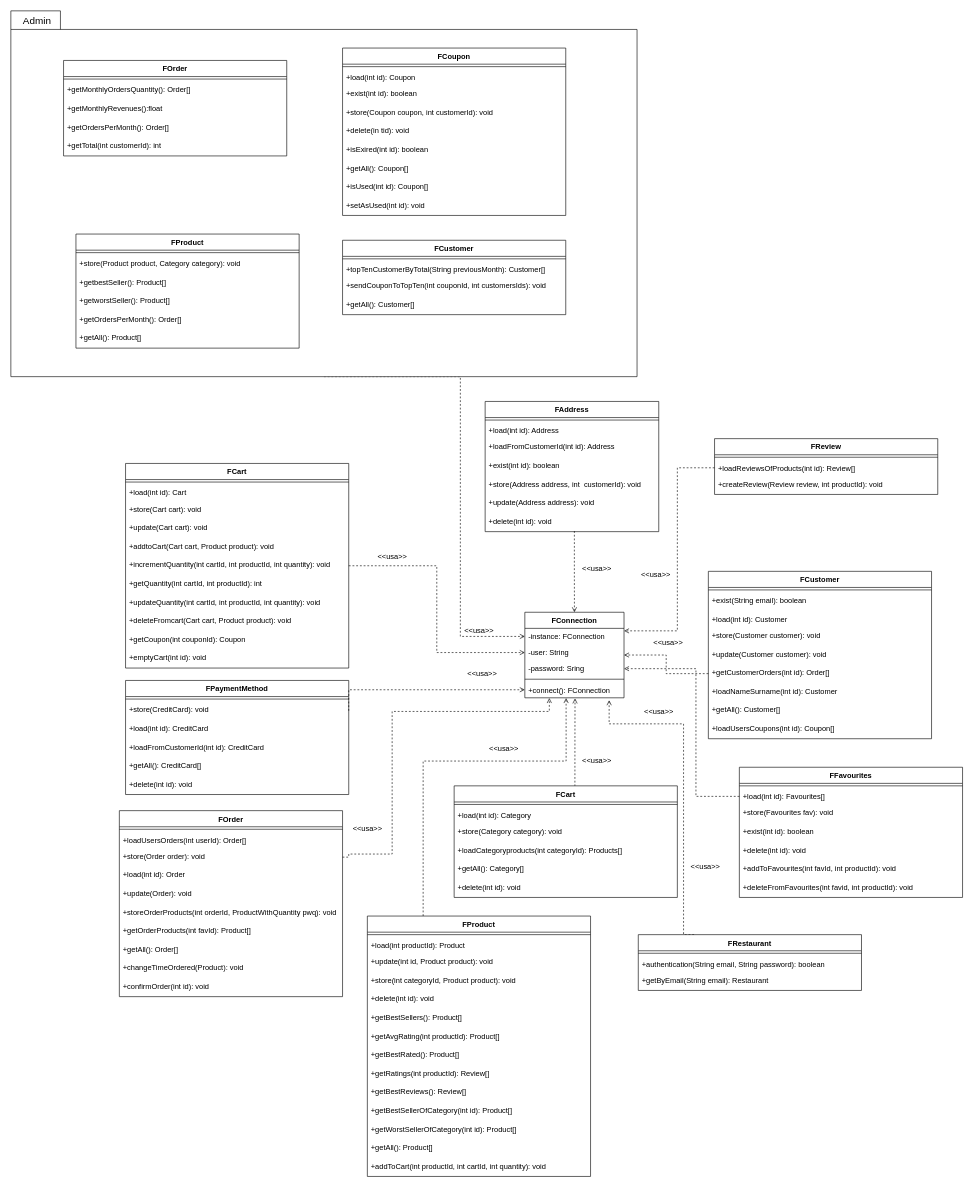
Flacaro/TasteIt keeps this draw.io diagram as documentazione/Diagrammi/classD_Foundation.drawio. Above is the earlier version. Source tidied: cells renumbered, new cells numbered last; positions are measured from the earlier drawing's top-left corner, leaving out a move shared by most shapes. Both pictures are drawn from the tidied source at 62%, with x=0, y=0 at pixel (11, 11).
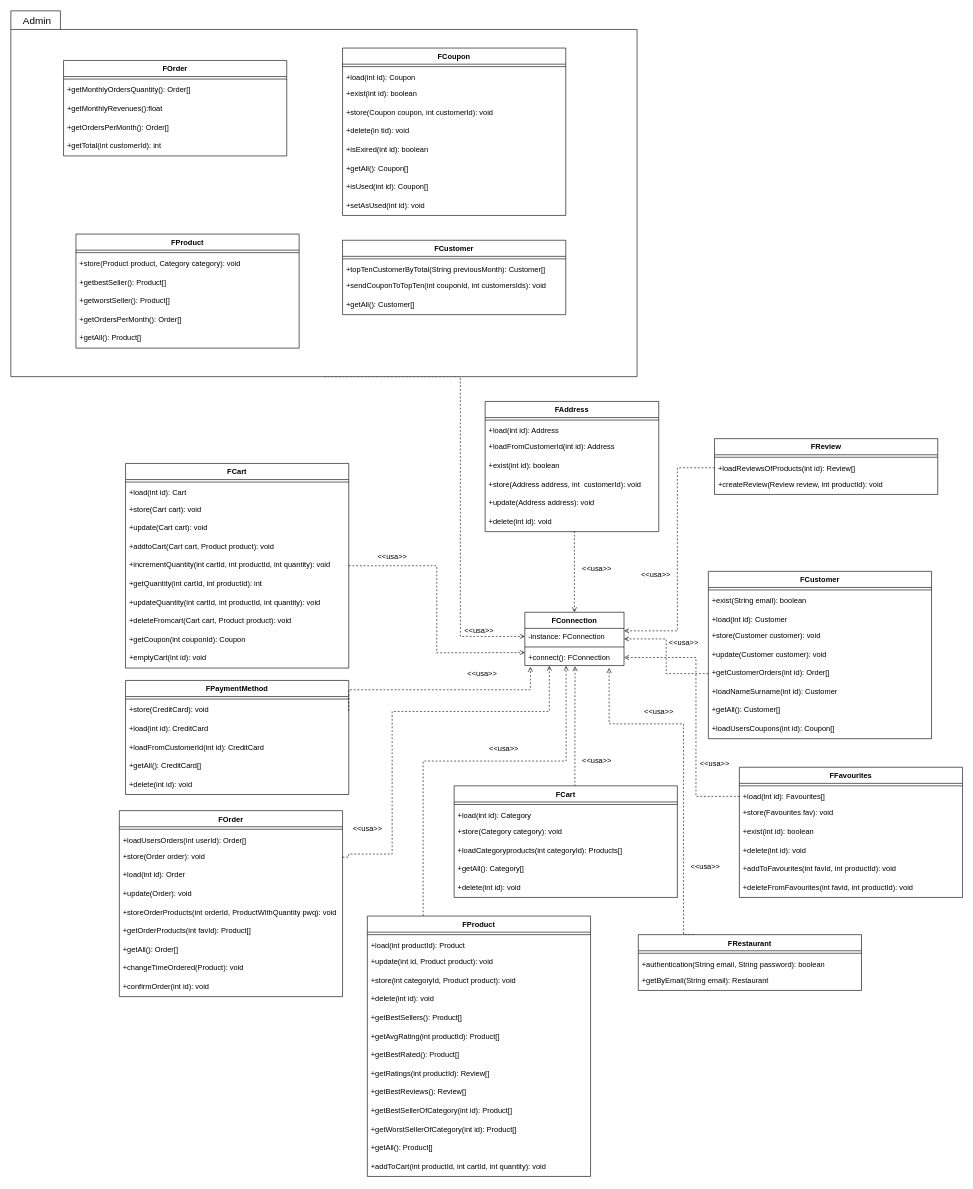
After the change.

Unchanged cells that the change refers to:
```xml
<mxCell id="21" value="FCart" style="swimlane;fontStyle=1;align=center;verticalAlign=top;horizontal=1;startSize=26;" parent="1" vertex="1">
  <mxGeometry x="185" y="730" width="360" height="330" as="geometry" />
</mxCell>
<mxCell id="57" value="+load(int id): Favourites[] " style="text;strokeColor=none;fillColor=none;align=left;verticalAlign=top;spacingLeft=4;spacingRight=4;overflow=hidden;points=[[0,0.5],[1,0.5]];portConstraint=eastwest;" parent="55" vertex="1">
  <mxGeometry y="34" width="360" height="26" as="geometry" />
</mxCell>
<mxCell id="77" value="+store(CreditCard): void" style="text;strokeColor=none;fillColor=none;align=left;verticalAlign=top;spacingLeft=4;spacingRight=4;overflow=hidden;points=[[0,0.5],[1,0.5]];portConstraint=eastwest;" parent="75" vertex="1">
  <mxGeometry y="34" width="360" height="30" as="geometry" />
</mxCell>
```

Change to the diagram source:
```diff
@@
     <mxCell id="4" value="FConnection" style="swimlane;fontStyle=1;align=center;verticalAlign=top;horizontal=1;startSize=26;" parent="1" vertex="1">
-      <mxGeometry x="829" y="970" width="160" height="138" as="geometry" />
+      <mxGeometry x="829" y="970" width="160" height="86" as="geometry" />
     </mxCell>
@@
-    <mxCell id="6" value="-user: String" style="text;strokeColor=none;fillColor=none;align=left;verticalAlign=top;spacingLeft=4;spacingRight=4;overflow=hidden;points=[[0,0.5],[1,0.5]];portConstraint=eastwest;" parent="4" vertex="1">
-      <mxGeometry y="52" width="160" height="26" as="geometry" />
-    </mxCell>
-    <mxCell id="7" value="-password: Sring" style="text;strokeColor=none;fillColor=none;align=left;verticalAlign=top;spacingLeft=4;spacingRight=4;overflow=hidden;points=[[0,0.5],[1,0.5]];portConstraint=eastwest;" parent="4" vertex="1">
-      <mxGeometry y="78" width="160" height="26" as="geometry" />
-    </mxCell>
     <mxCell id="8" style="line;strokeWidth=1;fillColor=none;align=left;verticalAlign=middle;spacingTop=-1;spacingLeft=3;spacingRight=3;labelPosition=right;" parent="4" vertex="1">
-      <mxGeometry y="104" width="160" height="8" as="geometry" />
+      <mxGeometry y="52" width="160" height="8" as="geometry" />
     </mxCell>
     <mxCell id="9" value="+connect(): FConnection" style="text;strokeColor=none;fillColor=none;align=left;verticalAlign=top;spacingLeft=4;spacingRight=4;overflow=hidden;points=[[0,0.5],[1,0.5]];portConstraint=eastwest;" parent="4" vertex="1">
-      <mxGeometry y="112" width="160" height="26" as="geometry" />
+      <mxGeometry y="60" width="160" height="26" as="geometry" />
     </mxCell>
@@
-    <mxCell id="20" style="edgeStyle=orthogonalEdgeStyle;rounded=0;jettySize=auto;html=1;exitX=1;exitY=0.5;exitDx=0;exitDy=0;entryX=0;entryY=0.5;entryDx=0;entryDy=0;dashed=1;endArrow=open;endFill=0;" parent="1" edge="1" source="21" target="6">
-      <mxGeometry relative="1" as="geometry" />
+    <mxCell id="20" style="edgeStyle=orthogonalEdgeStyle;rounded=0;jettySize=auto;html=1;exitX=1;exitY=0.5;exitDx=0;exitDy=0;entryX=0;entryY=0.5;entryDx=0;entryDy=0;dashed=1;endArrow=open;endFill=0;" parent="1" edge="1" source="21">
+      <mxGeometry relative="1" as="geometry">
+        <mxPoint x="829" y="1035" as="targetPoint" />
+      </mxGeometry>
     </mxCell>
@@
     <mxCell id="54" value="&amp;lt;&amp;lt;usa&amp;gt;&amp;gt;" style="text;html=1;align=center;verticalAlign=middle;strokeColor=none;fillColor=none;" parent="1" vertex="1">
-      <mxGeometry x="1030" y="1010" width="60" height="20" as="geometry" />
+      <mxGeometry x="1055" y="1010" width="60" height="20" as="geometry" />
     </mxCell>
@@
-    <mxCell id="137" style="edgeStyle=orthogonalEdgeStyle;rounded=0;jettySize=auto;html=1;exitX=1;exitY=0.5;exitDx=0;exitDy=0;entryX=0;entryY=0.5;entryDx=0;entryDy=0;dashed=1;fontSize=16;endArrow=open;endFill=0;" parent="1" edge="1" source="77" target="9">
+    <mxCell id="137" style="edgeStyle=orthogonalEdgeStyle;rounded=0;jettySize=auto;html=1;exitX=1;exitY=0.5;exitDx=0;exitDy=0;entryX=0.056;entryY=1.077;entryDx=0;entryDy=0;dashed=1;fontSize=16;endArrow=open;endFill=0;entryPerimeter=0;" parent="1" edge="1" source="77" target="9">
       <mxGeometry relative="1" as="geometry">
         <Array as="points">
           <mxPoint x="545" y="1095" />
+          <mxPoint x="838" y="1095" />
         </Array>
       </mxGeometry>
     </mxCell>
@@
-    <mxCell id="143" style="edgeStyle=orthogonalEdgeStyle;rounded=0;jettySize=auto;html=1;exitX=0;exitY=0.5;exitDx=0;exitDy=0;entryX=1;entryY=0.5;entryDx=0;entryDy=0;dashed=1;fontSize=16;endArrow=open;endFill=0;" parent="1" edge="1" source="57" target="7">
+    <mxCell id="143" style="edgeStyle=orthogonalEdgeStyle;rounded=0;jettySize=auto;html=1;exitX=0;exitY=0.5;exitDx=0;exitDy=0;entryX=1;entryY=0.5;entryDx=0;entryDy=0;dashed=1;fontSize=16;endArrow=open;endFill=0;" parent="1" edge="1" source="57" target="9">
       <mxGeometry relative="1" as="geometry">
         <Array as="points">
           <mxPoint x="1105" y="1267" />
-          <mxPoint x="1105" y="1061" />
+          <mxPoint x="1105" y="1043" />
         </Array>
       </mxGeometry>
     </mxCell>
@@
+    <mxCell id="146" value="&amp;lt;&amp;lt;usa&amp;gt;&amp;gt;" style="text;html=1;align=center;verticalAlign=middle;strokeColor=none;fillColor=none;" parent="1" vertex="1">
+      <mxGeometry x="1105" y="1205" width="60" height="20" as="geometry" />
+    </mxCell>
```
